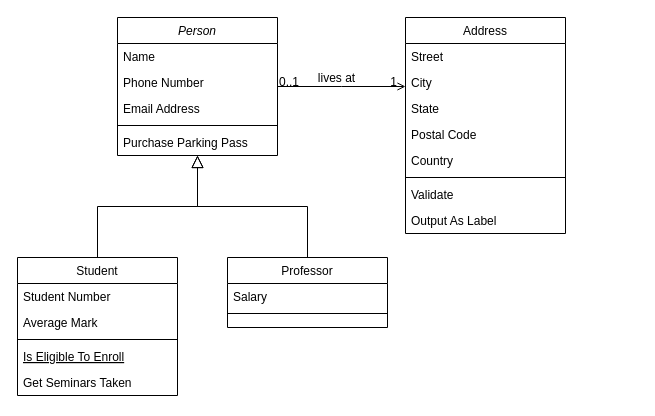
This is static/Untitled Diagram.drawio from wumengkang/vueblog-frontend, a draw.io file, before an edit. Source tidied: cells renumbered, new cells numbered last; positions are measured from the earlier drawing's top-left corner, leaving out a move shared by most shapes. Both pictures are drawn from the tidied source at 100%, with x=0, y=0 at pixel (17, 17).
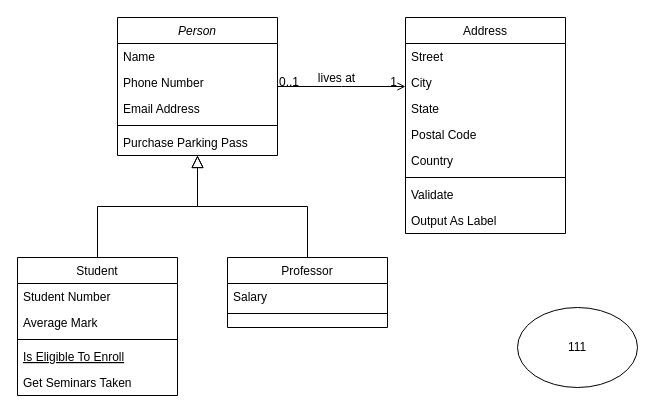
The same diagram, later.

What changed in the source:
```diff
@@
+    <mxCell id="32" value="111" style="ellipse;whiteSpace=wrap;html=1;" parent="1" vertex="1">
+      <mxGeometry x="500" y="290" width="120" height="80" as="geometry" />
+    </mxCell>
```
